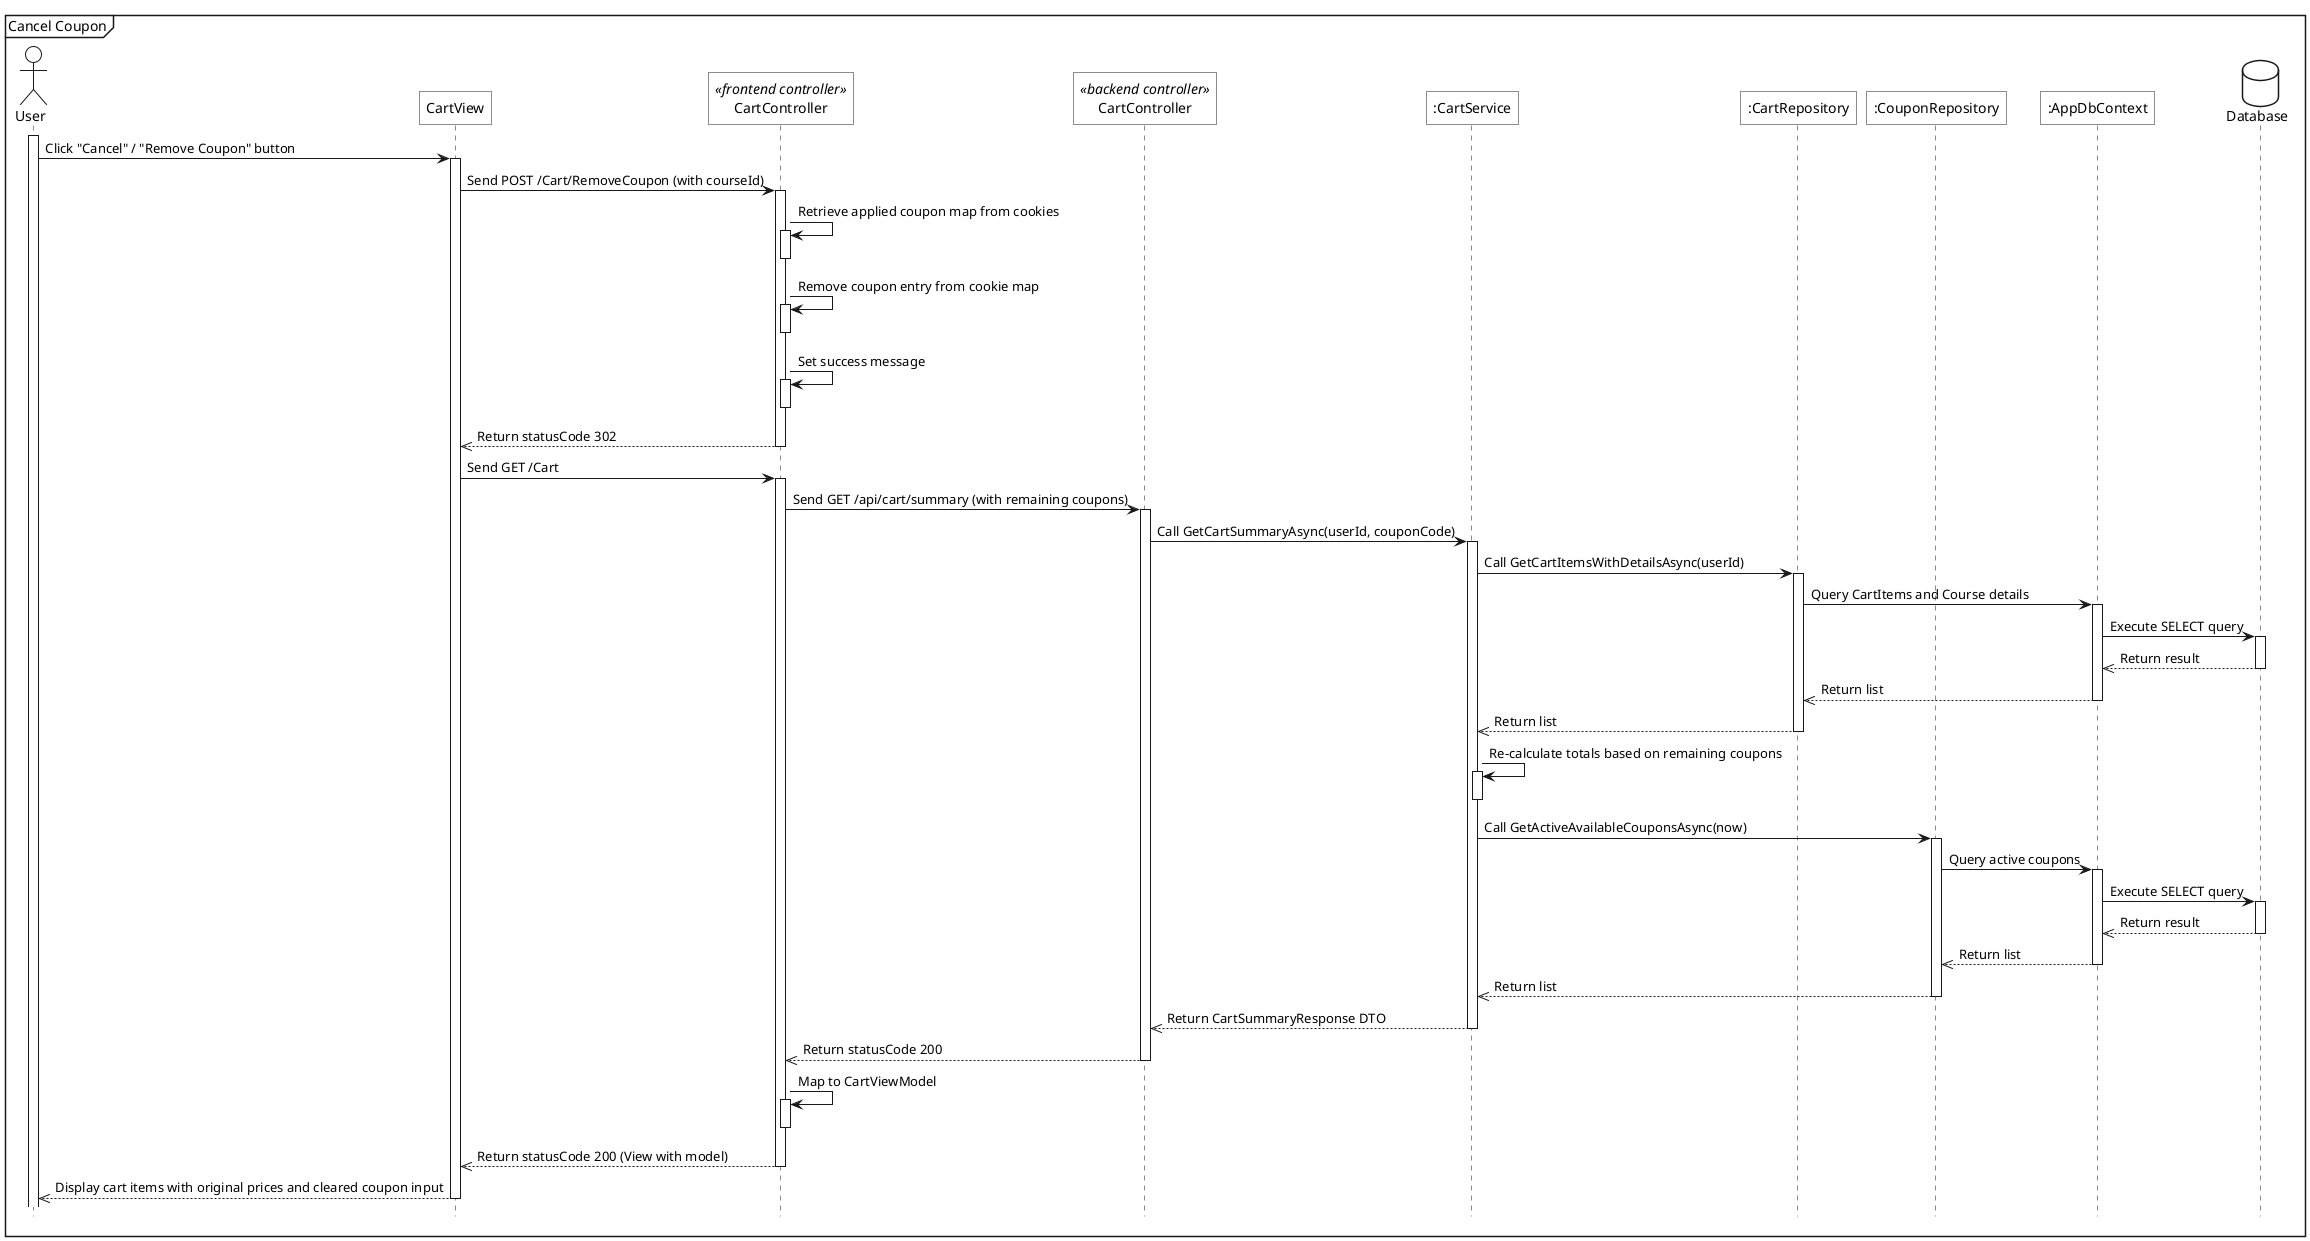
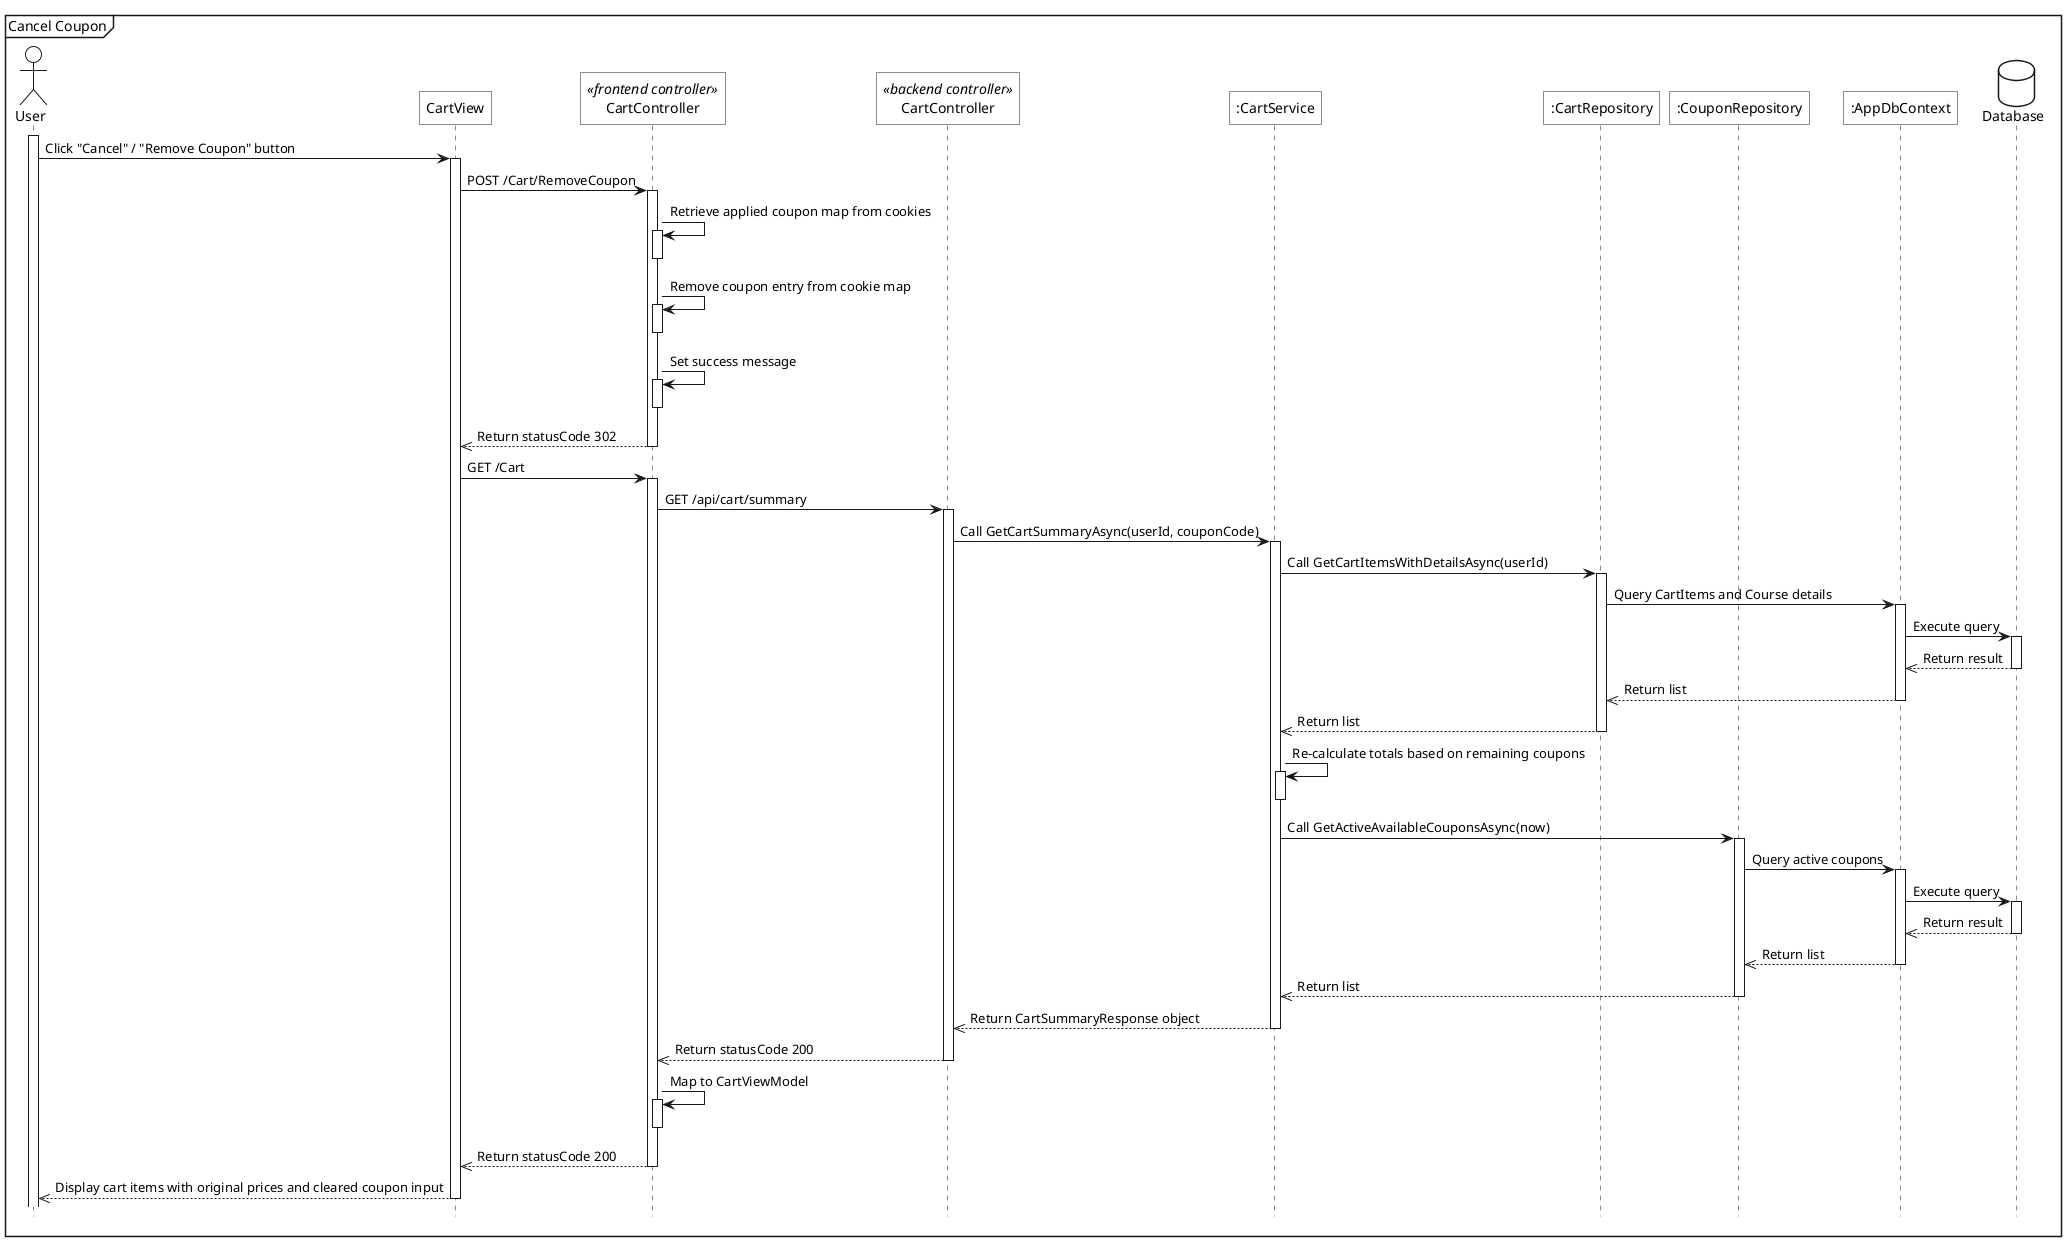
@startuml
<style>
    sequenceDiagram{
        actor{
            BackgroundColor white
            LineThickness 1.0
        }
        participant{
            BackgroundColor white
            RoundCorner 0
        }
        database{
            BackgroundColor white
        }
        groupHeader{
            BackgroundColor white
        }
        referenceHeader{
            BackgroundColor white
        }
        reference{
            BackgroundColor white
        }
    }
</style>

hide footbox

mainframe Cancel Coupon
actor User as act

participant "CartView" as view
participant "CartController" as fe_ctrl <<frontend controller>>
participant "CartController" as be_ctrl <<backend controller>>
participant ":CartService" as sv
participant ":CartRepository" as cart_repo
participant ":CouponRepository" as coupon_repo
participant ":AppDbContext" as ctx
database Database as db

act++
act->view++: Click "Cancel" / "Remove Coupon" button
- view->fe_ctrl++: Send POST /Cart/RemoveCoupon (with courseId)
+ view->fe_ctrl++: POST /Cart/RemoveCoupon

fe_ctrl->fe_ctrl++: Retrieve applied coupon map from cookies
fe_ctrl--
fe_ctrl->fe_ctrl++: Remove coupon entry from cookie map
fe_ctrl--
fe_ctrl->fe_ctrl++: Set success message
fe_ctrl--

fe_ctrl-->>view--: Return statusCode 302
- view->fe_ctrl++: Send GET /Cart
+ view->fe_ctrl++: GET /Cart

- fe_ctrl->be_ctrl++: Send GET /api/cart/summary (with remaining coupons)
+ fe_ctrl->be_ctrl++: GET /api/cart/summary

be_ctrl->sv++: Call GetCartSummaryAsync(userId, couponCode)

sv->cart_repo++: Call GetCartItemsWithDetailsAsync(userId)
cart_repo->ctx++: Query CartItems and Course details
- ctx->db++: Execute SELECT query
+ ctx->db++: Execute query
db-->>ctx--: Return result
ctx-->>cart_repo--: Return list
cart_repo-->>sv--: Return list

sv->sv++: Re-calculate totals based on remaining coupons
sv--

sv->coupon_repo++: Call GetActiveAvailableCouponsAsync(now)
coupon_repo->ctx++: Query active coupons
- ctx->db++: Execute SELECT query
+ ctx->db++: Execute query
db-->>ctx--: Return result
ctx-->>coupon_repo--: Return list
coupon_repo-->>sv--: Return list

- sv-->>be_ctrl--: Return CartSummaryResponse DTO
+ sv-->>be_ctrl--: Return CartSummaryResponse object
be_ctrl-->>fe_ctrl--: Return statusCode 200

fe_ctrl->fe_ctrl++: Map to CartViewModel
fe_ctrl--

- fe_ctrl-->>view--: Return statusCode 200 (View with model)
+ fe_ctrl-->>view--: Return statusCode 200
view-->>act--: Display cart items with original prices and cleared coupon input
@enduml
